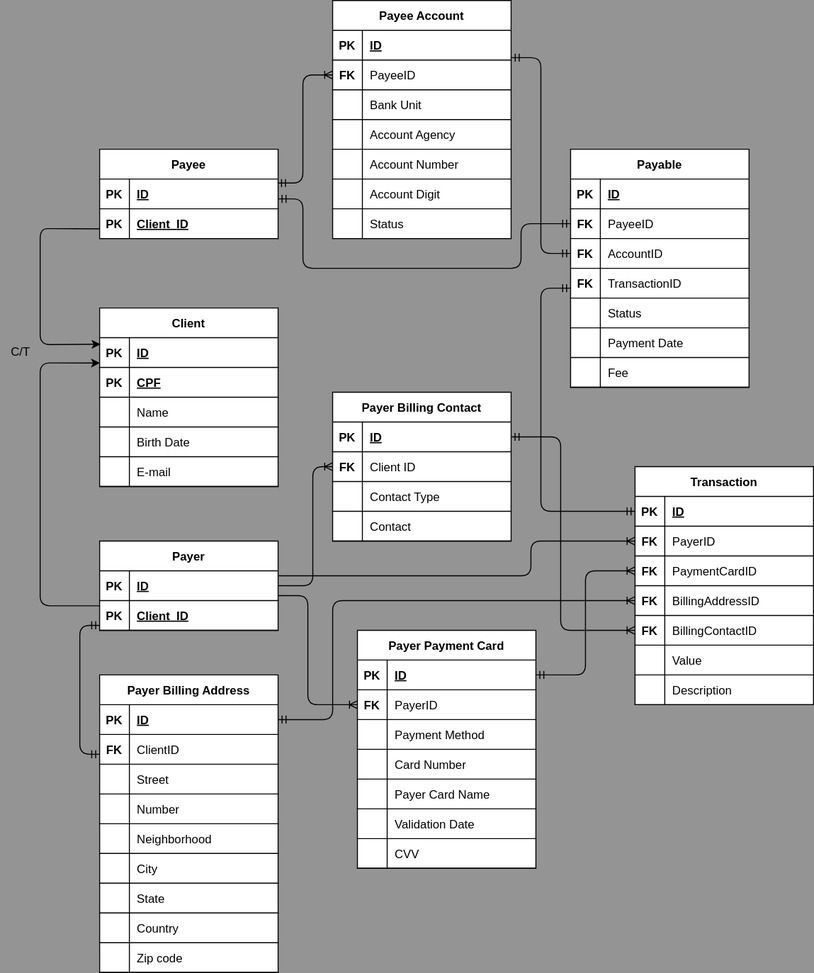
This is diagram.drawio.svg from gabriel-abn/pagarme-psp, a draw.io export, as it was before one commit. Source tidied: cells renumbered, new cells last; positions are measured from the earlier drawing's top-left corner, leaving out a move shared by most shapes.
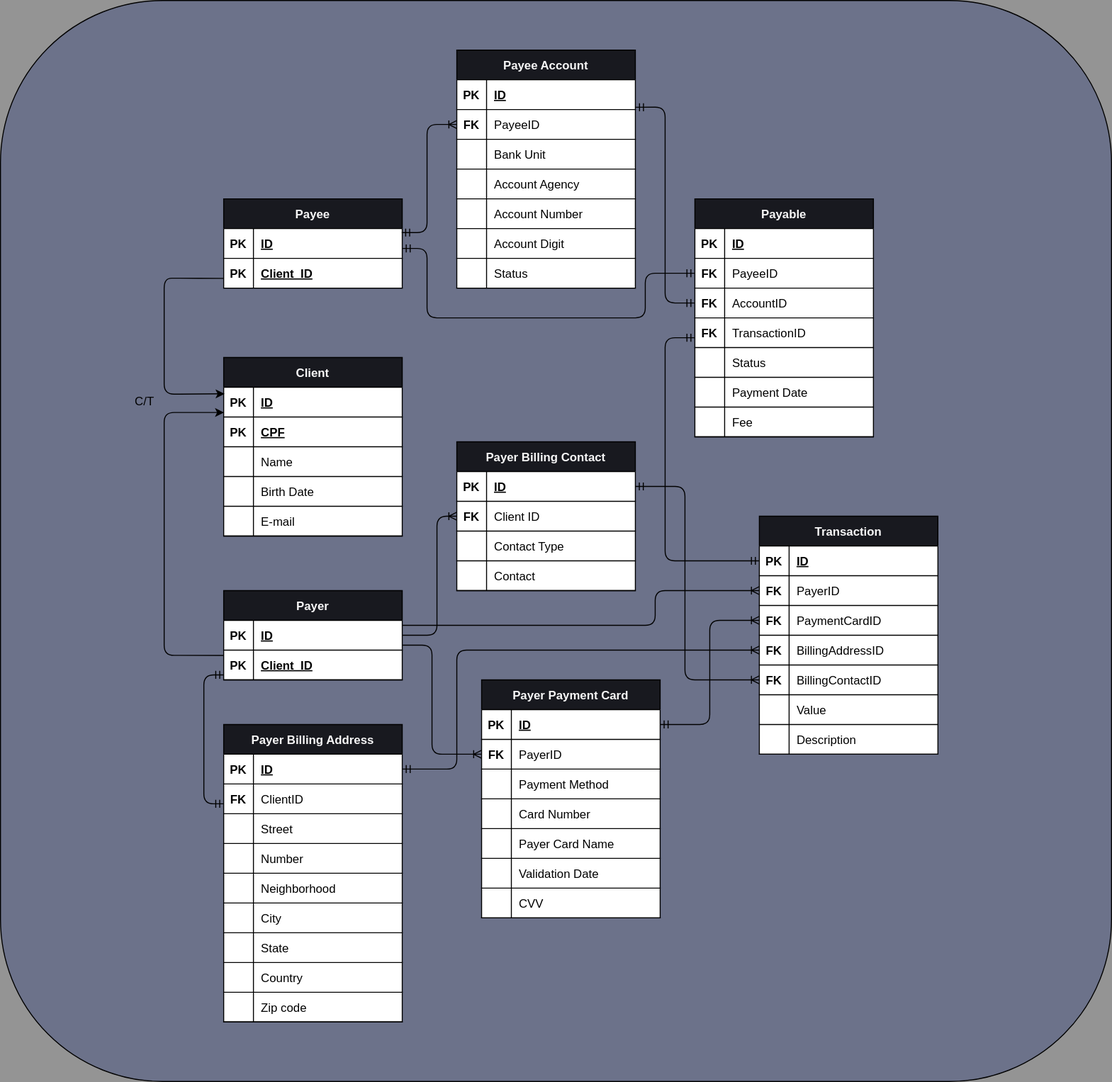
The same diagram one commit later.

Commit message:
docs: changed diagram background style

Diff of the diagram source:
```diff
@@ -1,8 +1,12 @@
 <mxGraphModel background="#949494">
   <root>
     <mxCell id="0" />
+    <mxCell id="175" value="bg" parent="0" />
+    <mxCell id="176" style="rounded=1;whiteSpace=wrap;html=1;fillColor=#6C728A;" parent="175" vertex="1">
+      <mxGeometry x="-125" y="-50" width="1120" height="1090" as="geometry" />
+    </mxCell>
     <mxCell id="1" parent="0" />
-    <mxCell id="2" value="Client" style="shape=table;startSize=30;rowLines=0;fontStyle=1;align=center;swimlaneFillColor=default;" parent="1" vertex="1">
+    <mxCell id="2" value="Client" style="shape=table;startSize=30;rowLines=0;fontStyle=1;align=center;swimlaneFillColor=default;fillColor=#18191F;fontColor=#F7F7F7;" parent="1" vertex="1">
       <mxGeometry x="100" y="310" width="180" height="180" as="geometry" />
     </mxCell>
     <mxCell id="3" style="shape=tableRow;horizontal=0;startSize=0;swimlaneHead=0;swimlaneBody=0;fillColor=none;points=[[0,0.5],[1,0.5]];portConstraint=eastwest;top=0;left=0;right=0;bottom=1;" parent="2" vertex="1">
@@ -50,7 +54,7 @@
     <mxCell id="17" value="E-mail" style="shape=partialRectangle;fillColor=none;top=0;left=0;bottom=0;right=0;align=left;spacingLeft=6;fontStyle=0;overflow=hidden;" parent="15" vertex="1">
       <mxGeometry x="30" width="150" height="30" as="geometry" />
     </mxCell>
-    <mxCell id="18" value="Payer" style="shape=table;startSize=30;rowLines=0;fontStyle=1;align=center;swimlaneFillColor=default;" parent="1" vertex="1">
+    <mxCell id="18" value="Payer" style="shape=table;startSize=30;rowLines=0;fontStyle=1;align=center;swimlaneFillColor=default;fillColor=#18191F;fontColor=#F7F7F7;" parent="1" vertex="1">
       <mxGeometry x="100" y="545" width="180" height="90" as="geometry" />
     </mxCell>
     <mxCell id="19" style="shape=tableRow;horizontal=0;startSize=0;swimlaneHead=0;swimlaneBody=0;fillColor=none;points=[[0,0.5],[1,0.5]];portConstraint=eastwest;top=0;left=0;right=0;bottom=1;" parent="18" vertex="1">
@@ -71,7 +75,7 @@
     <mxCell id="24" value="Client_ID" style="shape=partialRectangle;fillColor=none;top=0;left=0;bottom=0;right=0;align=left;spacingLeft=6;fontStyle=5;overflow=hidden;" parent="22" vertex="1">
       <mxGeometry x="30" width="150" height="30" as="geometry" />
     </mxCell>
-    <mxCell id="25" value="Payee" style="shape=table;startSize=30;rowLines=0;fontStyle=1;align=center;swimlaneFillColor=default;" parent="1" vertex="1">
+    <mxCell id="25" value="Payee" style="shape=table;startSize=30;rowLines=0;fontStyle=1;align=center;swimlaneFillColor=default;fillColor=#18191F;fontColor=#F7F7F7;" parent="1" vertex="1">
       <mxGeometry x="100" y="150" width="180" height="90" as="geometry" />
     </mxCell>
     <mxCell id="26" style="shape=tableRow;horizontal=0;startSize=0;swimlaneHead=0;swimlaneBody=0;fillColor=none;points=[[0,0.5],[1,0.5]];portConstraint=eastwest;top=0;left=0;right=0;bottom=1;" parent="25" vertex="1">
@@ -109,7 +113,7 @@
         </Array>
       </mxGeometry>
     </mxCell>
-    <mxCell id="34" value="Payee Account" style="shape=table;startSize=30;rowLines=0;fontStyle=1;align=center;swimlaneFillColor=default;" parent="1" vertex="1">
+    <mxCell id="34" value="Payee Account" style="shape=table;startSize=30;rowLines=0;fontStyle=1;align=center;swimlaneFillColor=default;fillColor=#18191F;fontColor=#F7F7F7;" parent="1" vertex="1">
       <mxGeometry x="335" width="180" height="240" as="geometry" />
     </mxCell>
     <mxCell id="35" style="shape=tableRow;horizontal=0;startSize=0;swimlaneHead=0;swimlaneBody=0;fillColor=none;points=[[0,0.5],[1,0.5]];portConstraint=eastwest;top=0;left=0;right=0;bottom=1;" parent="34" vertex="1">
@@ -175,7 +179,7 @@
     <mxCell id="55" value="Status" style="shape=partialRectangle;fillColor=none;top=0;left=0;bottom=0;right=0;align=left;spacingLeft=6;fontStyle=0;overflow=hidden;" parent="53" vertex="1">
       <mxGeometry x="30" width="150" height="30" as="geometry" />
     </mxCell>
-    <mxCell id="56" value="Payer Payment Card" style="shape=table;startSize=30;rowLines=0;fontStyle=1;align=center;swimlaneFillColor=default;" parent="1" vertex="1">
+    <mxCell id="56" value="Payer Payment Card" style="shape=table;startSize=30;rowLines=0;fontStyle=1;align=center;swimlaneFillColor=default;fillColor=#18191F;fontColor=#F7F7F7;" parent="1" vertex="1">
       <mxGeometry x="360" y="635" width="180" height="240" as="geometry" />
     </mxCell>
     <mxCell id="57" style="shape=tableRow;horizontal=0;startSize=0;swimlaneHead=0;swimlaneBody=0;fillColor=none;points=[[0,0.5],[1,0.5]];portConstraint=eastwest;top=0;left=0;right=0;bottom=1;" parent="56" vertex="1">
@@ -252,7 +256,7 @@
     <mxCell id="79" value="C/T" style="text;html=1;align=center;verticalAlign=middle;strokeColor=none;fillColor=none;" parent="1" vertex="1">
       <mxGeometry y="340" width="40" height="30" as="geometry" />
     </mxCell>
-    <mxCell id="80" value="Transaction" style="shape=table;startSize=30;rowLines=0;fontStyle=1;align=center;swimlaneFillColor=default;" parent="1" vertex="1">
+    <mxCell id="80" value="Transaction" style="shape=table;startSize=30;rowLines=0;fontStyle=1;align=center;swimlaneFillColor=default;fillColor=#18191F;fontColor=#F7F7F7;" parent="1" vertex="1">
       <mxGeometry x="640" y="470" width="180" height="240" as="geometry" />
     </mxCell>
     <mxCell id="81" style="shape=tableRow;horizontal=0;startSize=0;swimlaneHead=0;swimlaneBody=0;fillColor=none;points=[[0,0.5],[1,0.5]];portConstraint=eastwest;top=0;left=0;right=0;bottom=1;" parent="80" vertex="1">
@@ -318,7 +322,7 @@
     <mxCell id="101" value="Description" style="shape=partialRectangle;fillColor=none;top=0;left=0;bottom=0;right=0;align=left;spacingLeft=6;fontStyle=0;overflow=hidden;" parent="99" vertex="1">
       <mxGeometry x="30" width="150" height="30" as="geometry" />
     </mxCell>
-    <mxCell id="102" value="Payable" style="shape=table;startSize=30;rowLines=0;fontStyle=1;align=center;swimlaneFillColor=default;" parent="1" vertex="1">
+    <mxCell id="102" value="Payable" style="shape=table;startSize=30;rowLines=0;fontStyle=1;align=center;swimlaneFillColor=default;fillColor=#18191F;fontColor=#F7F7F7;" parent="1" vertex="1">
       <mxGeometry x="575" y="150" width="180" height="240" as="geometry" />
     </mxCell>
     <mxCell id="103" style="shape=tableRow;horizontal=0;startSize=0;swimlaneHead=0;swimlaneBody=0;fillColor=none;top=0;left=0;right=0;bottom=1;" parent="102" vertex="1">
@@ -404,7 +408,7 @@
     <mxCell id="126" style="fontSize=12;html=1;endArrow=ERoneToMany;startArrow=ERmandOne;rounded=1;entryX=0;entryY=0.5;entryDx=0;entryDy=0;exitX=1;exitY=0.5;exitDx=0;exitDy=0;edgeStyle=orthogonalEdgeStyle;endFill=0;" parent="1" edge="1" source="57" target="87">
       <mxGeometry relative="1" as="geometry" />
     </mxCell>
-    <mxCell id="127" value="Payer Billing Address" style="shape=table;startSize=30;rowLines=0;fontStyle=1;align=center;swimlaneFillColor=default;" parent="1" vertex="1">
+    <mxCell id="127" value="Payer Billing Address" style="shape=table;startSize=30;rowLines=0;fontStyle=1;align=center;swimlaneFillColor=default;fillColor=#18191F;fontColor=#F7F7F7;" parent="1" vertex="1">
       <mxGeometry x="100" y="680" width="180" height="300" as="geometry" />
     </mxCell>
     <mxCell id="128" style="shape=tableRow;horizontal=0;startSize=0;swimlaneHead=0;swimlaneBody=0;fillColor=none;points=[[0,0.5],[1,0.5]];portConstraint=eastwest;top=0;left=0;right=0;bottom=1;" parent="127" vertex="1">
@@ -526,7 +530,7 @@
         </Array>
       </mxGeometry>
     </mxCell>
-    <mxCell id="160" value="Payer Billing Contact" style="shape=table;startSize=30;rowLines=0;fontStyle=1;align=center;swimlaneFillColor=default;" parent="1" vertex="1">
+    <mxCell id="160" value="Payer Billing Contact" style="shape=table;startSize=30;rowLines=0;fontStyle=1;align=center;swimlaneFillColor=default;fillColor=#18191F;fontColor=#F7F7F7;" parent="1" vertex="1">
       <mxGeometry x="335" y="395" width="180" height="150" as="geometry" />
     </mxCell>
     <mxCell id="161" style="shape=tableRow;horizontal=0;startSize=0;swimlaneHead=0;swimlaneBody=0;fillColor=none;points=[[0,0.5],[1,0.5]];portConstraint=eastwest;top=0;left=0;right=0;bottom=1;" parent="160" vertex="1">
```
